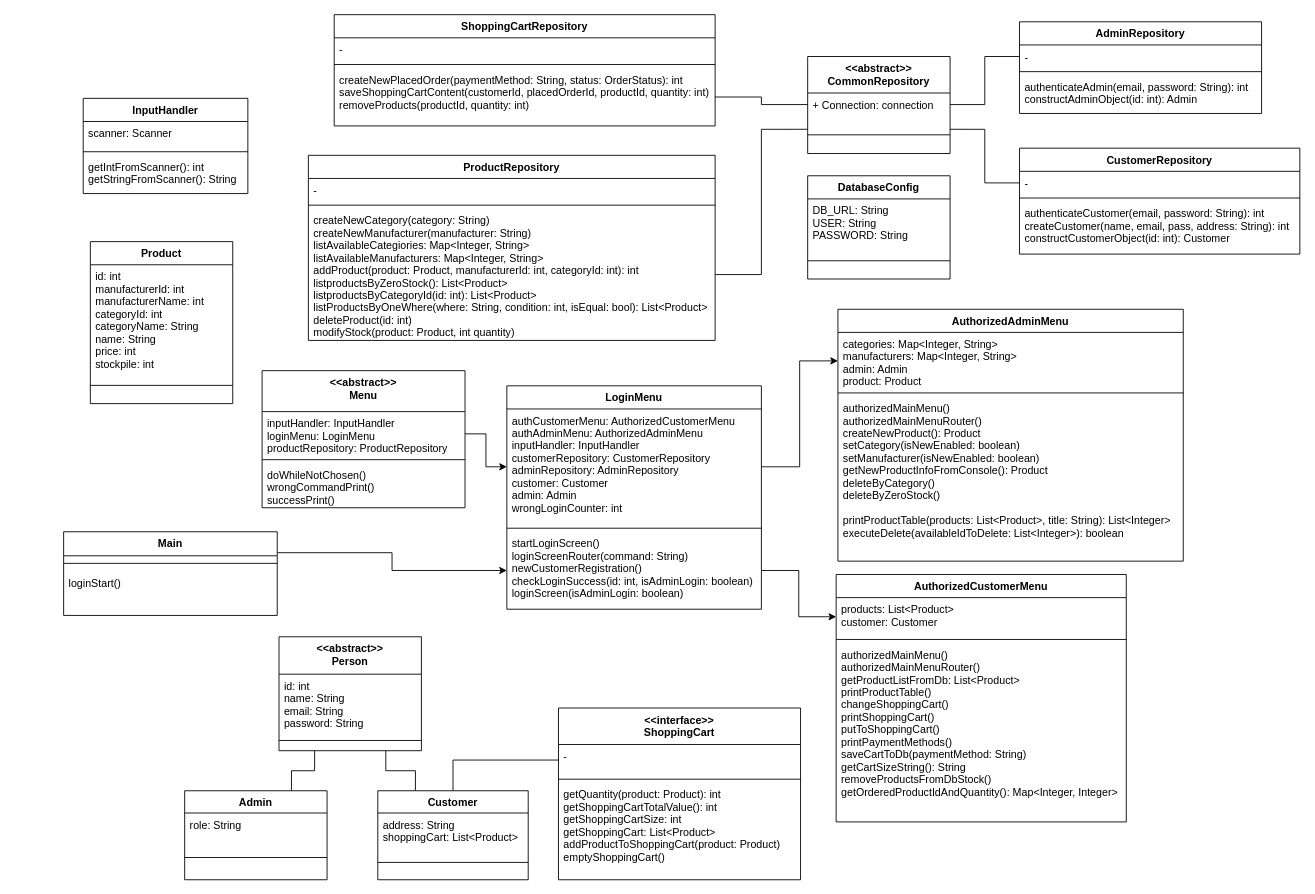
The draw.io diagram Untitled Diagram.drawio in ati911/proba, before the edit. Source tidied: cells renumbered, new cells numbered last; positions are measured from the earlier drawing's top-left corner, leaving out a move shared by most shapes. Both pictures are drawn from the tidied source at 89%, with x=0, y=0 at pixel (63, 14).
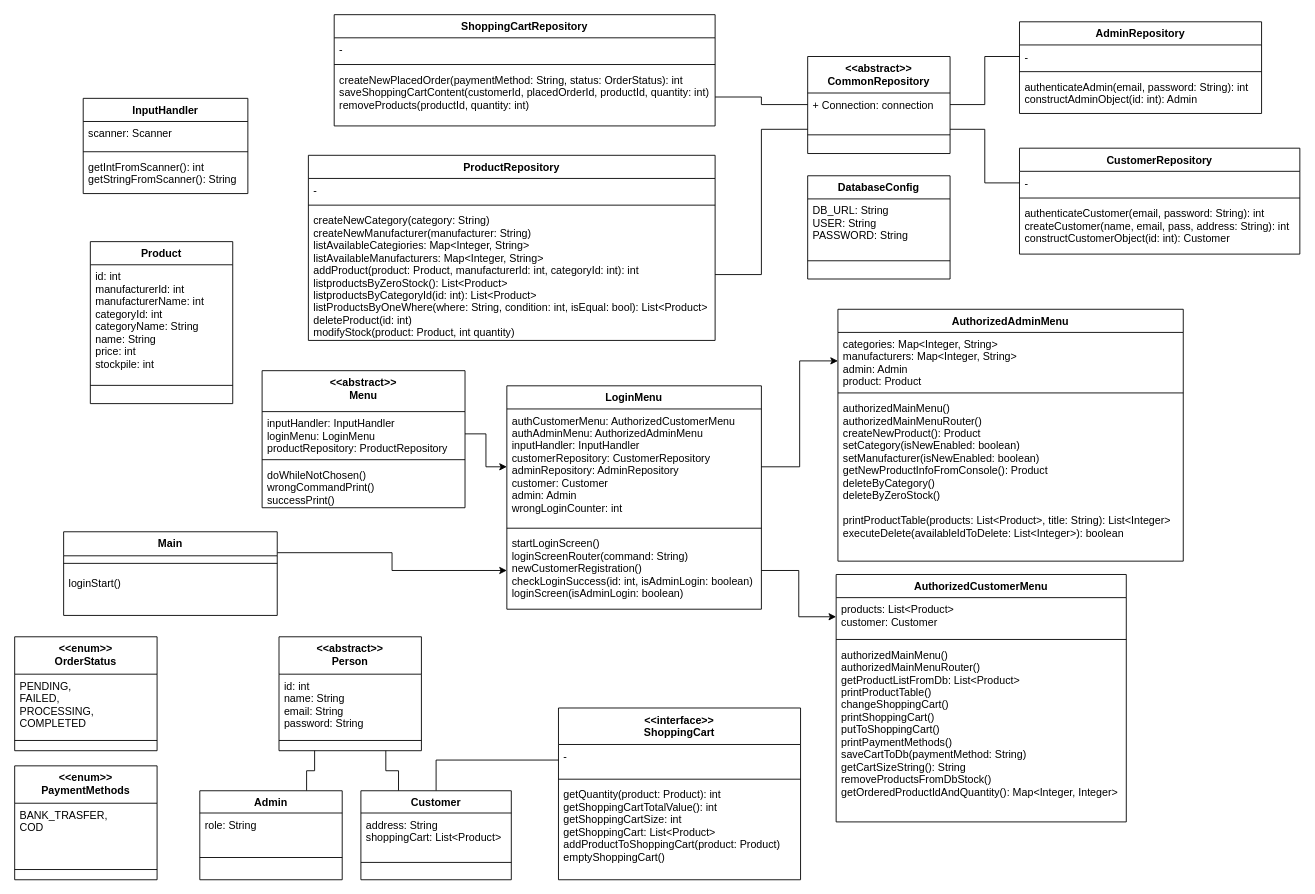
The same diagram, later.

Change to the diagram source:
```diff
@@
     <mxCell id="29" value="Admin" style="swimlane;fontStyle=1;align=center;verticalAlign=top;horizontal=1;startSize=25;" parent="1" vertex="1">
-      <mxGeometry x="136" y="872" width="160" height="100" as="geometry" />
+      <mxGeometry x="153" y="872" width="160" height="100" as="geometry" />
     </mxCell>
@@
     <mxCell id="34" value="Customer" style="swimlane;fontStyle=1;align=center;verticalAlign=top;horizontal=1;startSize=25;" parent="1" vertex="1">
-      <mxGeometry x="353" y="872" width="169" height="100" as="geometry" />
+      <mxGeometry x="334" y="872" width="169" height="100" as="geometry" />
     </mxCell>
@@
+    <mxCell id="74" value="&lt;&lt;enum&gt;&gt;&#10;OrderStatus" style="swimlane;fontStyle=1;align=center;verticalAlign=top;horizontal=1;startSize=42;" parent="1" vertex="1">
+      <mxGeometry x="-55" y="699" width="160" height="128" as="geometry" />
+    </mxCell>
+    <mxCell id="75" value="PENDING, &#10;FAILED, &#10;PROCESSING, &#10;COMPLETED" style="text;strokeColor=none;fillColor=none;align=left;verticalAlign=top;spacingLeft=4;spacingRight=4;overflow=hidden;" parent="74" vertex="1">
+      <mxGeometry y="42" width="160" height="63" as="geometry" />
+    </mxCell>
+    <mxCell id="76" style="line;strokeWidth=1;fillColor=none;align=left;verticalAlign=middle;spacingTop=-1;spacingLeft=3;spacingRight=3;labelPosition=right;" parent="74" vertex="1">
+      <mxGeometry y="105" width="160" height="23" as="geometry" />
+    </mxCell>
+    <mxCell id="77" value="&lt;&lt;enum&gt;&gt;&#10;PaymentMethods" style="swimlane;fontStyle=1;align=center;verticalAlign=top;horizontal=1;startSize=42;" parent="1" vertex="1">
+      <mxGeometry x="-55" y="844" width="160" height="128" as="geometry" />
+    </mxCell>
+    <mxCell id="78" value="BANK_TRASFER,&#10;COD" style="text;strokeColor=none;fillColor=none;align=left;verticalAlign=top;spacingLeft=4;spacingRight=4;overflow=hidden;" parent="77" vertex="1">
+      <mxGeometry y="42" width="160" height="63" as="geometry" />
+    </mxCell>
+    <mxCell id="79" style="line;strokeWidth=1;fillColor=none;align=left;verticalAlign=middle;spacingTop=-1;spacingLeft=3;spacingRight=3;labelPosition=right;" parent="77" vertex="1">
+      <mxGeometry y="105" width="160" height="23" as="geometry" />
+    </mxCell>
```
